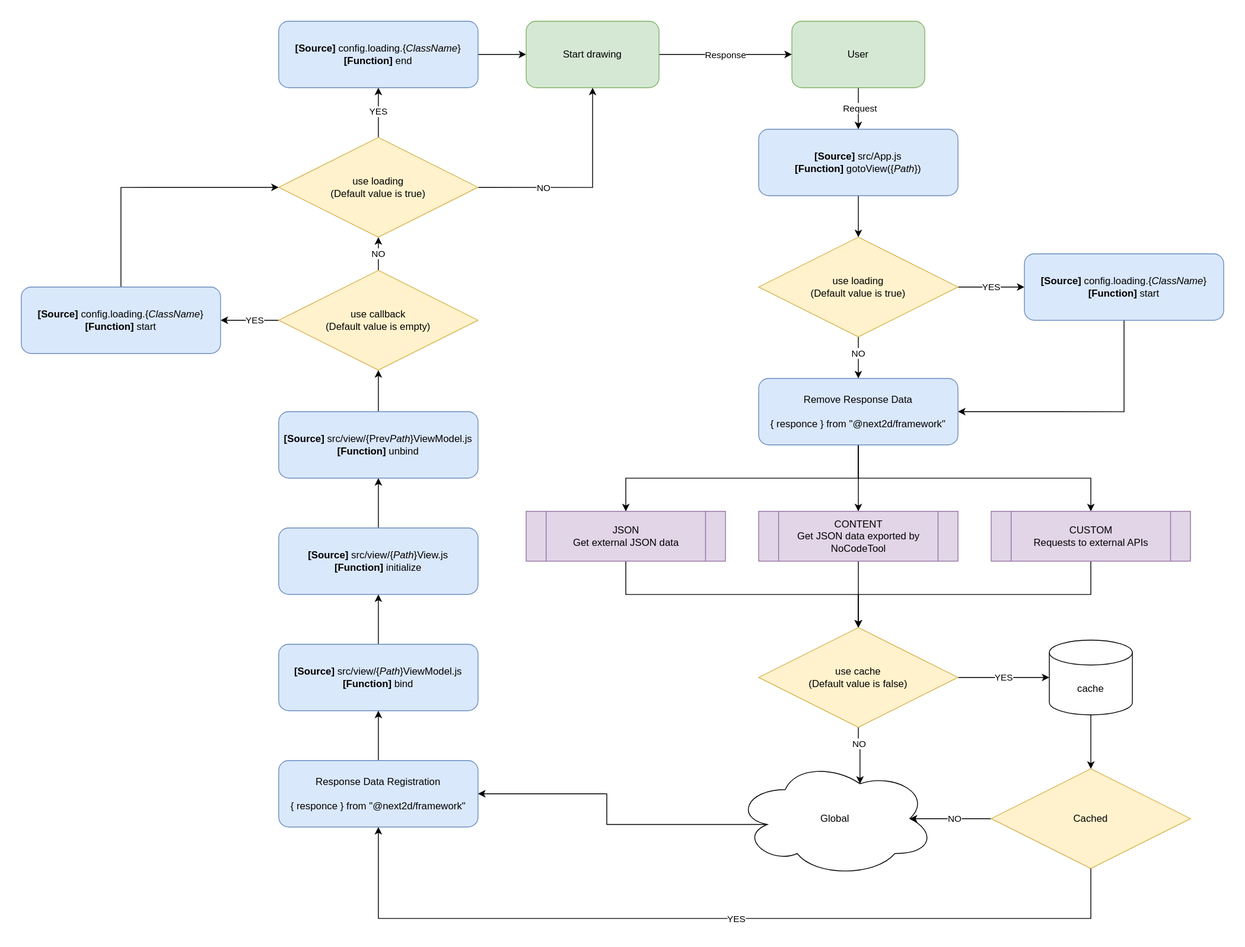
Earlier version of the draw.io export Framework_Flowchart.svg (Next2D/framework). Source tidied: cells renumbered, new cells last; positions are measured from the earlier drawing's top-left corner, leaving out a move shared by most shapes. The source it was exported from:
```xml
<mxGraphModel>
  <root>
    <mxCell id="0" />
    <mxCell id="1" parent="0" />
    <mxCell id="2" style="edgeStyle=orthogonalEdgeStyle;rounded=0;jettySize=auto;html=1;exitX=0.5;exitY=1;exitDx=0;exitDy=0;entryX=0.5;entryY=0;entryDx=0;entryDy=0;" parent="1" edge="1" source="4" target="6">
      <mxGeometry relative="1" as="geometry" />
    </mxCell>
    <mxCell id="3" value="Request" style="edgeLabel;html=1;align=center;verticalAlign=middle;" parent="2" vertex="1">
      <mxGeometry x="-0.08" y="1" relative="1" as="geometry" />
    </mxCell>
    <mxCell id="4" value="User" style="rounded=1;whiteSpace=wrap;html=1;fillColor=#d5e8d4;strokeColor=#82b366;" parent="1" vertex="1">
      <mxGeometry x="928" width="160" height="80" as="geometry" />
    </mxCell>
    <mxCell id="5" style="edgeStyle=orthogonalEdgeStyle;rounded=0;jettySize=auto;html=1;exitX=0.5;exitY=1;exitDx=0;exitDy=0;entryX=0.5;entryY=0;entryDx=0;entryDy=0;" parent="1" edge="1" source="6" target="9">
      <mxGeometry relative="1" as="geometry" />
    </mxCell>
    <mxCell id="6" value="&lt;b&gt;[Source]&lt;/b&gt; src/App.js&lt;br&gt;&lt;b&gt;[Function]&lt;/b&gt; gotoView({&lt;i&gt;Path&lt;/i&gt;})" style="rounded=1;whiteSpace=wrap;html=1;fillColor=#dae8fc;strokeColor=#6c8ebf;align=center;" parent="1" vertex="1">
      <mxGeometry x="888" y="130" width="240" height="80" as="geometry" />
    </mxCell>
    <mxCell id="7" value="YES" style="edgeStyle=orthogonalEdgeStyle;rounded=0;jettySize=auto;html=1;exitX=1;exitY=0.5;exitDx=0;exitDy=0;entryX=0;entryY=0.5;entryDx=0;entryDy=0;" parent="1" edge="1" source="9" target="11">
      <mxGeometry relative="1" as="geometry" />
    </mxCell>
    <mxCell id="8" value="NO" style="edgeStyle=orthogonalEdgeStyle;rounded=0;jettySize=auto;html=1;exitX=0.5;exitY=1;exitDx=0;exitDy=0;entryX=0.5;entryY=0;entryDx=0;entryDy=0;" parent="1" edge="1" source="9" target="54">
      <mxGeometry x="-0.2" relative="1" as="geometry" />
    </mxCell>
    <mxCell id="9" value="use loading&lt;br&gt;(Default value is true)" style="rhombus;whiteSpace=wrap;html=1;fillColor=#fff2cc;strokeColor=#d6b656;" parent="1" vertex="1">
      <mxGeometry x="888" y="260" width="240" height="120" as="geometry" />
    </mxCell>
    <mxCell id="10" style="edgeStyle=orthogonalEdgeStyle;rounded=0;jettySize=auto;html=1;exitX=0.5;exitY=1;exitDx=0;exitDy=0;entryX=1;entryY=0.5;entryDx=0;entryDy=0;" parent="1" edge="1" source="11" target="54">
      <mxGeometry relative="1" as="geometry" />
    </mxCell>
    <mxCell id="11" value="&lt;b&gt;[Source]&lt;/b&gt; config.loading.{&lt;i&gt;ClassName&lt;/i&gt;}&lt;br&gt;&lt;b&gt;[Function]&lt;/b&gt; start" style="rounded=1;whiteSpace=wrap;html=1;fillColor=#dae8fc;strokeColor=#6c8ebf;" parent="1" vertex="1">
      <mxGeometry x="1208" y="280" width="240" height="80" as="geometry" />
    </mxCell>
    <mxCell id="12" style="edgeStyle=orthogonalEdgeStyle;rounded=0;jettySize=auto;html=1;exitX=0.5;exitY=1;exitDx=0;exitDy=0;entryX=0.5;entryY=0;entryDx=0;entryDy=0;" parent="1" edge="1" source="54" target="18">
      <mxGeometry relative="1" as="geometry" />
    </mxCell>
    <mxCell id="13" style="edgeStyle=orthogonalEdgeStyle;rounded=0;jettySize=auto;html=1;exitX=0.5;exitY=1;exitDx=0;exitDy=0;entryX=0.5;entryY=0;entryDx=0;entryDy=0;" parent="1" edge="1" source="54" target="16">
      <mxGeometry relative="1" as="geometry" />
    </mxCell>
    <mxCell id="14" style="edgeStyle=orthogonalEdgeStyle;rounded=0;jettySize=auto;html=1;exitX=0.5;exitY=1;exitDx=0;exitDy=0;entryX=0.5;entryY=0;entryDx=0;entryDy=0;" parent="1" edge="1" source="54" target="20">
      <mxGeometry relative="1" as="geometry" />
    </mxCell>
    <mxCell id="15" style="edgeStyle=orthogonalEdgeStyle;rounded=0;jettySize=auto;html=1;exitX=0.5;exitY=1;exitDx=0;exitDy=0;" parent="1" edge="1" source="16" target="24">
      <mxGeometry relative="1" as="geometry" />
    </mxCell>
    <mxCell id="16" value="JSON&lt;br&gt;Get external JSON data" style="shape=process;whiteSpace=wrap;html=1;backgroundOutline=1;fillColor=#e1d5e7;strokeColor=#9673a6;" parent="1" vertex="1">
      <mxGeometry x="608" y="590" width="240" height="60" as="geometry" />
    </mxCell>
    <mxCell id="17" style="edgeStyle=orthogonalEdgeStyle;rounded=0;jettySize=auto;html=1;exitX=0.5;exitY=1;exitDx=0;exitDy=0;entryX=0.5;entryY=0;entryDx=0;entryDy=0;" parent="1" edge="1" source="18" target="24">
      <mxGeometry relative="1" as="geometry" />
    </mxCell>
    <mxCell id="18" value="CONTENT&lt;br&gt;Get JSON data exported by NoCodeTool" style="shape=process;whiteSpace=wrap;html=1;backgroundOutline=1;fillColor=#e1d5e7;strokeColor=#9673a6;" parent="1" vertex="1">
      <mxGeometry x="888" y="590" width="240" height="60" as="geometry" />
    </mxCell>
    <mxCell id="19" style="edgeStyle=orthogonalEdgeStyle;rounded=0;jettySize=auto;html=1;exitX=0.5;exitY=1;exitDx=0;exitDy=0;entryX=0.5;entryY=0;entryDx=0;entryDy=0;" parent="1" edge="1" source="20" target="24">
      <mxGeometry relative="1" as="geometry" />
    </mxCell>
    <mxCell id="20" value="CUSTOM&lt;br&gt;Requests to external APIs" style="shape=process;whiteSpace=wrap;html=1;backgroundOutline=1;fillColor=#e1d5e7;strokeColor=#9673a6;" parent="1" vertex="1">
      <mxGeometry x="1168" y="590" width="240" height="60" as="geometry" />
    </mxCell>
    <mxCell id="21" value="YES" style="edgeStyle=orthogonalEdgeStyle;rounded=0;jettySize=auto;html=1;exitX=1;exitY=0.5;exitDx=0;exitDy=0;" parent="1" edge="1" source="24" target="26">
      <mxGeometry relative="1" as="geometry" />
    </mxCell>
    <mxCell id="22" style="edgeStyle=orthogonalEdgeStyle;rounded=0;jettySize=auto;html=1;exitX=0.5;exitY=1;exitDx=0;exitDy=0;entryX=0.625;entryY=0.2;entryDx=0;entryDy=0;entryPerimeter=0;" parent="1" edge="1" source="24" target="28">
      <mxGeometry relative="1" as="geometry" />
    </mxCell>
    <mxCell id="23" value="NO" style="edgeLabel;html=1;align=center;verticalAlign=middle;" parent="22" vertex="1">
      <mxGeometry x="0.04" y="1" relative="1" as="geometry">
        <mxPoint x="-3" y="-15" as="offset" />
      </mxGeometry>
    </mxCell>
    <mxCell id="24" value="use cache&lt;br&gt;(Default value is false)" style="rhombus;whiteSpace=wrap;html=1;fillColor=#fff2cc;strokeColor=#d6b656;" parent="1" vertex="1">
      <mxGeometry x="888" y="730" width="240" height="120" as="geometry" />
    </mxCell>
    <mxCell id="25" style="edgeStyle=orthogonalEdgeStyle;rounded=0;jettySize=auto;html=1;exitX=0.5;exitY=1;exitDx=0;exitDy=0;exitPerimeter=0;entryX=0.5;entryY=0;entryDx=0;entryDy=0;" parent="1" edge="1" source="26" target="30">
      <mxGeometry relative="1" as="geometry" />
    </mxCell>
    <mxCell id="26" value="cache" style="shape=cylinder3;whiteSpace=wrap;html=1;boundedLbl=1;backgroundOutline=1;size=15;" parent="1" vertex="1">
      <mxGeometry x="1238" y="745" width="100" height="90" as="geometry" />
    </mxCell>
    <mxCell id="27" style="edgeStyle=orthogonalEdgeStyle;rounded=0;jettySize=auto;html=1;exitX=0.16;exitY=0.55;exitDx=0;exitDy=0;exitPerimeter=0;entryX=1;entryY=0.5;entryDx=0;entryDy=0;" parent="1" edge="1" source="28" target="55">
      <mxGeometry relative="1" as="geometry" />
    </mxCell>
    <mxCell id="28" value="Global" style="ellipse;shape=cloud;whiteSpace=wrap;html=1;" parent="1" vertex="1">
      <mxGeometry x="860" y="890" width="240" height="140" as="geometry" />
    </mxCell>
    <mxCell id="29" value="NO" style="edgeStyle=orthogonalEdgeStyle;rounded=0;jettySize=auto;html=1;exitX=0;exitY=0.5;exitDx=0;exitDy=0;entryX=0.875;entryY=0.5;entryDx=0;entryDy=0;entryPerimeter=0;" parent="1" edge="1" source="30" target="28">
      <mxGeometry x="-0.1" relative="1" as="geometry" />
    </mxCell>
    <mxCell id="30" value="Cached" style="rhombus;whiteSpace=wrap;html=1;fillColor=#fff2cc;strokeColor=#d6b656;" parent="1" vertex="1">
      <mxGeometry x="1168" y="900" width="240" height="120" as="geometry" />
    </mxCell>
    <mxCell id="31" style="edgeStyle=orthogonalEdgeStyle;rounded=0;jettySize=auto;html=1;exitX=0.5;exitY=0;exitDx=0;exitDy=0;entryX=0.5;entryY=1;entryDx=0;entryDy=0;" parent="1" edge="1" source="32" target="34">
      <mxGeometry relative="1" as="geometry" />
    </mxCell>
    <mxCell id="32" value="&lt;b&gt;[Source]&lt;/b&gt; src/view/{&lt;i&gt;Path&lt;/i&gt;}ViewModel.js&lt;br&gt;&lt;b&gt;[Function]&lt;/b&gt; bind" style="rounded=1;whiteSpace=wrap;html=1;fillColor=#dae8fc;strokeColor=#6c8ebf;align=center;" parent="1" vertex="1">
      <mxGeometry x="310" y="750" width="240" height="80" as="geometry" />
    </mxCell>
    <mxCell id="33" style="edgeStyle=orthogonalEdgeStyle;rounded=0;jettySize=auto;html=1;exitX=0.5;exitY=0;exitDx=0;exitDy=0;entryX=0.5;entryY=1;entryDx=0;entryDy=0;" parent="1" edge="1" source="34" target="36">
      <mxGeometry relative="1" as="geometry" />
    </mxCell>
    <mxCell id="34" value="&lt;b&gt;[Source]&lt;/b&gt; src/view/{&lt;i&gt;Path&lt;/i&gt;}View.js&lt;br&gt;&lt;b&gt;[Function]&lt;/b&gt; initialize" style="rounded=1;whiteSpace=wrap;html=1;fillColor=#dae8fc;strokeColor=#6c8ebf;align=center;" parent="1" vertex="1">
      <mxGeometry x="310" y="610" width="240" height="80" as="geometry" />
    </mxCell>
    <mxCell id="35" style="edgeStyle=orthogonalEdgeStyle;rounded=0;jettySize=auto;html=1;exitX=0.5;exitY=0;exitDx=0;exitDy=0;entryX=0.5;entryY=1;entryDx=0;entryDy=0;" parent="1" edge="1" source="36" target="39">
      <mxGeometry relative="1" as="geometry" />
    </mxCell>
    <mxCell id="36" value="&lt;b&gt;[Source]&lt;/b&gt; src/view/{Prev&lt;i&gt;Path&lt;/i&gt;}ViewModel.js&lt;br&gt;&lt;b&gt;[Function]&lt;/b&gt; unbind" style="rounded=1;whiteSpace=wrap;html=1;fillColor=#dae8fc;strokeColor=#6c8ebf;align=center;" parent="1" vertex="1">
      <mxGeometry x="310" y="470" width="240" height="80" as="geometry" />
    </mxCell>
    <mxCell id="37" value="YES" style="edgeStyle=orthogonalEdgeStyle;rounded=0;jettySize=auto;html=1;exitX=0;exitY=0.5;exitDx=0;exitDy=0;entryX=1;entryY=0.5;entryDx=0;entryDy=0;" parent="1" edge="1" source="39" target="41">
      <mxGeometry x="-0.14" relative="1" as="geometry" />
    </mxCell>
    <mxCell id="38" value="NO" style="edgeStyle=orthogonalEdgeStyle;rounded=0;jettySize=auto;html=1;exitX=0.5;exitY=0;exitDx=0;exitDy=0;entryX=0.5;entryY=1;entryDx=0;entryDy=0;" parent="1" edge="1" source="39" target="45">
      <mxGeometry relative="1" as="geometry" />
    </mxCell>
    <mxCell id="39" value="use callback&lt;br&gt;(Default value is empty)" style="rhombus;whiteSpace=wrap;html=1;fillColor=#fff2cc;strokeColor=#d6b656;" parent="1" vertex="1">
      <mxGeometry x="310" y="300" width="240" height="120" as="geometry" />
    </mxCell>
    <mxCell id="40" style="edgeStyle=orthogonalEdgeStyle;rounded=0;jettySize=auto;html=1;exitX=0.5;exitY=0;exitDx=0;exitDy=0;entryX=0;entryY=0.5;entryDx=0;entryDy=0;" parent="1" edge="1" source="41" target="45">
      <mxGeometry relative="1" as="geometry" />
    </mxCell>
    <mxCell id="41" value="&lt;b&gt;[Source]&lt;/b&gt; config.loading.{&lt;i&gt;ClassName&lt;/i&gt;}&lt;br&gt;&lt;b&gt;[Function]&lt;/b&gt; start" style="rounded=1;whiteSpace=wrap;html=1;fillColor=#dae8fc;strokeColor=#6c8ebf;" parent="1" vertex="1">
      <mxGeometry y="320" width="240" height="80" as="geometry" />
    </mxCell>
    <mxCell id="42" value="YES" style="edgeStyle=orthogonalEdgeStyle;rounded=0;jettySize=auto;html=1;exitX=0.5;exitY=0;exitDx=0;exitDy=0;entryX=0.5;entryY=1;entryDx=0;entryDy=0;" parent="1" edge="1" source="45" target="47">
      <mxGeometry relative="1" as="geometry" />
    </mxCell>
    <mxCell id="43" style="edgeStyle=orthogonalEdgeStyle;rounded=0;jettySize=auto;html=1;exitX=1;exitY=0.5;exitDx=0;exitDy=0;entryX=0.5;entryY=1;entryDx=0;entryDy=0;" parent="1" edge="1" source="45" target="50">
      <mxGeometry relative="1" as="geometry" />
    </mxCell>
    <mxCell id="44" value="NO" style="edgeLabel;html=1;align=center;verticalAlign=middle;" parent="43" vertex="1">
      <mxGeometry x="-0.4" y="5" relative="1" as="geometry">
        <mxPoint y="5" as="offset" />
      </mxGeometry>
    </mxCell>
    <mxCell id="45" value="use loading&lt;br&gt;(Default value is true)" style="rhombus;whiteSpace=wrap;html=1;fillColor=#fff2cc;strokeColor=#d6b656;" parent="1" vertex="1">
      <mxGeometry x="310" y="140" width="240" height="120" as="geometry" />
    </mxCell>
    <mxCell id="46" style="edgeStyle=orthogonalEdgeStyle;rounded=0;jettySize=auto;html=1;exitX=1;exitY=0.5;exitDx=0;exitDy=0;entryX=0;entryY=0.5;entryDx=0;entryDy=0;" parent="1" edge="1" source="47" target="50">
      <mxGeometry relative="1" as="geometry" />
    </mxCell>
    <mxCell id="47" value="&lt;b&gt;[Source]&lt;/b&gt; config.loading.{&lt;i&gt;ClassName&lt;/i&gt;}&lt;br&gt;&lt;b&gt;[Function]&lt;/b&gt; end" style="rounded=1;whiteSpace=wrap;html=1;fillColor=#dae8fc;strokeColor=#6c8ebf;" parent="1" vertex="1">
      <mxGeometry x="310" width="240" height="80" as="geometry" />
    </mxCell>
    <mxCell id="48" style="edgeStyle=orthogonalEdgeStyle;rounded=0;jettySize=auto;html=1;exitX=1;exitY=0.5;exitDx=0;exitDy=0;entryX=0;entryY=0.5;entryDx=0;entryDy=0;" parent="1" edge="1" source="50" target="4">
      <mxGeometry relative="1" as="geometry" />
    </mxCell>
    <mxCell id="49" value="Response" style="edgeLabel;html=1;align=center;verticalAlign=middle;" parent="48" vertex="1">
      <mxGeometry x="0.01" relative="1" as="geometry">
        <mxPoint x="-1" as="offset" />
      </mxGeometry>
    </mxCell>
    <mxCell id="50" value="Start drawing" style="rounded=1;whiteSpace=wrap;html=1;fillColor=#d5e8d4;strokeColor=#82b366;" parent="1" vertex="1">
      <mxGeometry x="608" width="160" height="80" as="geometry" />
    </mxCell>
    <mxCell id="51" style="edgeStyle=orthogonalEdgeStyle;rounded=0;jettySize=auto;html=1;exitX=0.5;exitY=1;exitDx=0;exitDy=0;entryX=0.5;entryY=1;entryDx=0;entryDy=0;" parent="1" edge="1" source="30" target="55">
      <mxGeometry relative="1" as="geometry">
        <Array as="points">
          <mxPoint x="1288" y="1080" />
          <mxPoint x="430" y="1080" />
        </Array>
      </mxGeometry>
    </mxCell>
    <mxCell id="52" value="YES" style="edgeLabel;html=1;align=center;verticalAlign=middle;" parent="51" vertex="1">
      <mxGeometry x="-0.08" y="-2" relative="1" as="geometry">
        <mxPoint x="-17" y="2" as="offset" />
      </mxGeometry>
    </mxCell>
    <mxCell id="53" style="edgeStyle=orthogonalEdgeStyle;rounded=0;jettySize=auto;html=1;exitX=0.5;exitY=0;exitDx=0;exitDy=0;entryX=0.5;entryY=1;entryDx=0;entryDy=0;" parent="1" edge="1" source="55" target="32">
      <mxGeometry relative="1" as="geometry" />
    </mxCell>
    <mxCell id="54" value="Remove Response Data&lt;br&gt;&lt;br&gt;{&amp;nbsp;responce } from &quot;@next2d/framework&quot;" style="rounded=1;whiteSpace=wrap;html=1;fillColor=#dae8fc;strokeColor=#6c8ebf;" parent="1" vertex="1">
      <mxGeometry x="888" y="430" width="240" height="80" as="geometry" />
    </mxCell>
    <mxCell id="55" value="Response Data Registration&lt;br&gt;&lt;br&gt;{&amp;nbsp;responce } from &quot;@next2d/framework&quot;" style="rounded=1;whiteSpace=wrap;html=1;fillColor=#dae8fc;strokeColor=#6c8ebf;" parent="1" vertex="1">
      <mxGeometry x="310" y="890" width="240" height="80" as="geometry" />
    </mxCell>
  </root>
</mxGraphModel>
```
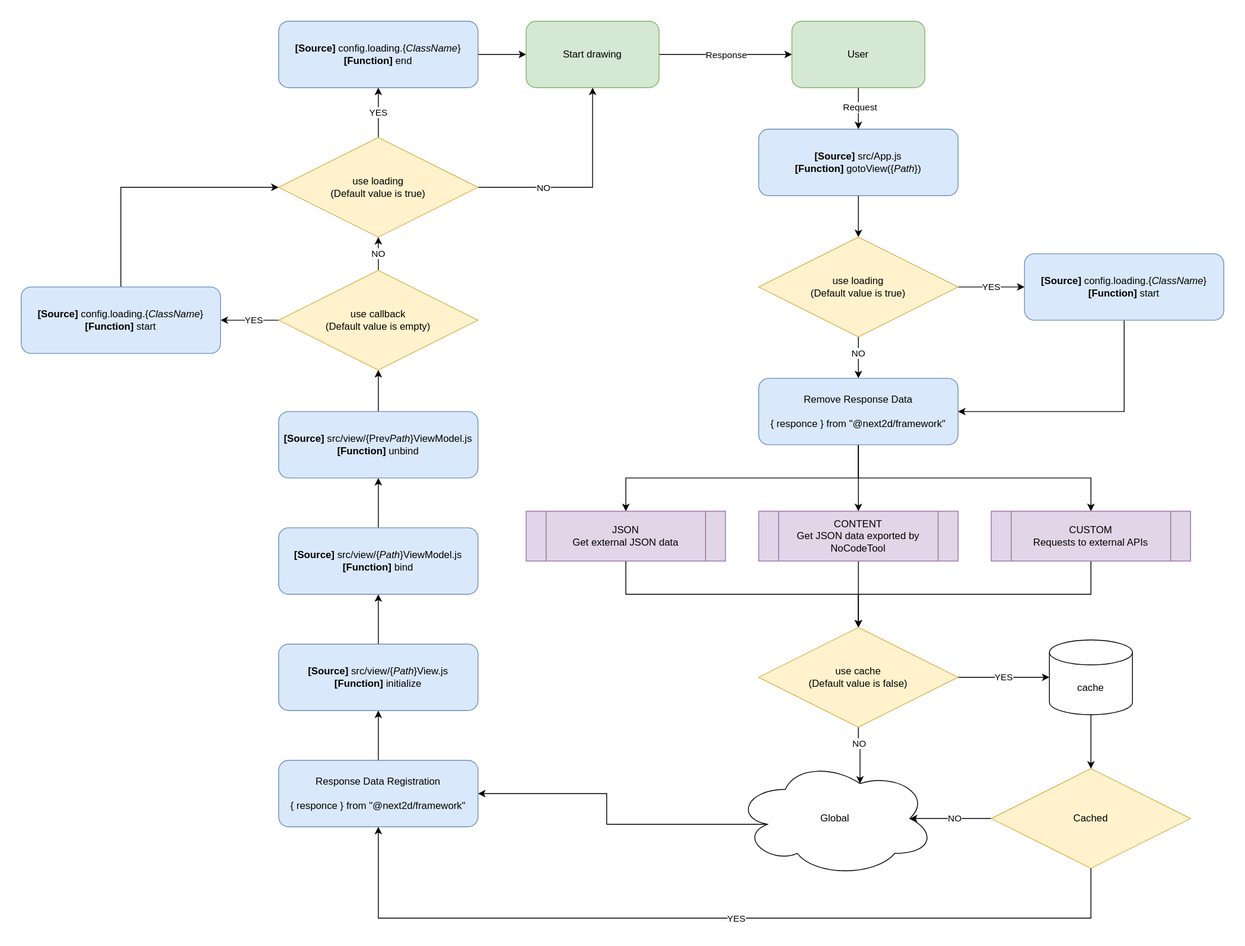
The same diagram one commit later.

Commit message:
#88 TypeScriptでの開発環境の調整

Diff of the diagram source:
```diff
@@ -94,13 +94,13 @@
     <mxCell id="31" style="edgeStyle=orthogonalEdgeStyle;rounded=0;jettySize=auto;html=1;exitX=0.5;exitY=0;exitDx=0;exitDy=0;entryX=0.5;entryY=1;entryDx=0;entryDy=0;" parent="1" edge="1" source="32" target="34">
       <mxGeometry relative="1" as="geometry" />
     </mxCell>
-    <mxCell id="32" value="&lt;b&gt;[Source]&lt;/b&gt; src/view/{&lt;i&gt;Path&lt;/i&gt;}ViewModel.js&lt;br&gt;&lt;b&gt;[Function]&lt;/b&gt; bind" style="rounded=1;whiteSpace=wrap;html=1;fillColor=#dae8fc;strokeColor=#6c8ebf;align=center;" parent="1" vertex="1">
+    <mxCell id="32" value="&lt;b style=&quot;border-color: var(--border-color);&quot;&gt;[Source]&lt;/b&gt;&amp;nbsp;src/view/{&lt;i style=&quot;border-color: var(--border-color);&quot;&gt;Path&lt;/i&gt;}View.js&lt;br style=&quot;border-color: var(--border-color);&quot;&gt;&lt;b style=&quot;border-color: var(--border-color);&quot;&gt;[Function]&lt;/b&gt;&amp;nbsp;initialize" style="rounded=1;whiteSpace=wrap;html=1;fillColor=#dae8fc;strokeColor=#6c8ebf;align=center;" parent="1" vertex="1">
       <mxGeometry x="310" y="750" width="240" height="80" as="geometry" />
     </mxCell>
     <mxCell id="33" style="edgeStyle=orthogonalEdgeStyle;rounded=0;jettySize=auto;html=1;exitX=0.5;exitY=0;exitDx=0;exitDy=0;entryX=0.5;entryY=1;entryDx=0;entryDy=0;" parent="1" edge="1" source="34" target="36">
       <mxGeometry relative="1" as="geometry" />
     </mxCell>
-    <mxCell id="34" value="&lt;b&gt;[Source]&lt;/b&gt; src/view/{&lt;i&gt;Path&lt;/i&gt;}View.js&lt;br&gt;&lt;b&gt;[Function]&lt;/b&gt; initialize" style="rounded=1;whiteSpace=wrap;html=1;fillColor=#dae8fc;strokeColor=#6c8ebf;align=center;" parent="1" vertex="1">
+    <mxCell id="34" value="&lt;b style=&quot;border-color: var(--border-color);&quot;&gt;[Source]&lt;/b&gt;&amp;nbsp;src/view/{&lt;i style=&quot;border-color: var(--border-color);&quot;&gt;Path&lt;/i&gt;}ViewModel.js&lt;br style=&quot;border-color: var(--border-color);&quot;&gt;&lt;b style=&quot;border-color: var(--border-color);&quot;&gt;[Function]&lt;/b&gt;&amp;nbsp;bind" style="rounded=1;whiteSpace=wrap;html=1;fillColor=#dae8fc;strokeColor=#6c8ebf;align=center;" parent="1" vertex="1">
       <mxGeometry x="310" y="610" width="240" height="80" as="geometry" />
     </mxCell>
     <mxCell id="35" style="edgeStyle=orthogonalEdgeStyle;rounded=0;jettySize=auto;html=1;exitX=0.5;exitY=0;exitDx=0;exitDy=0;entryX=0.5;entryY=1;entryDx=0;entryDy=0;" parent="1" edge="1" source="36" target="39">
```
